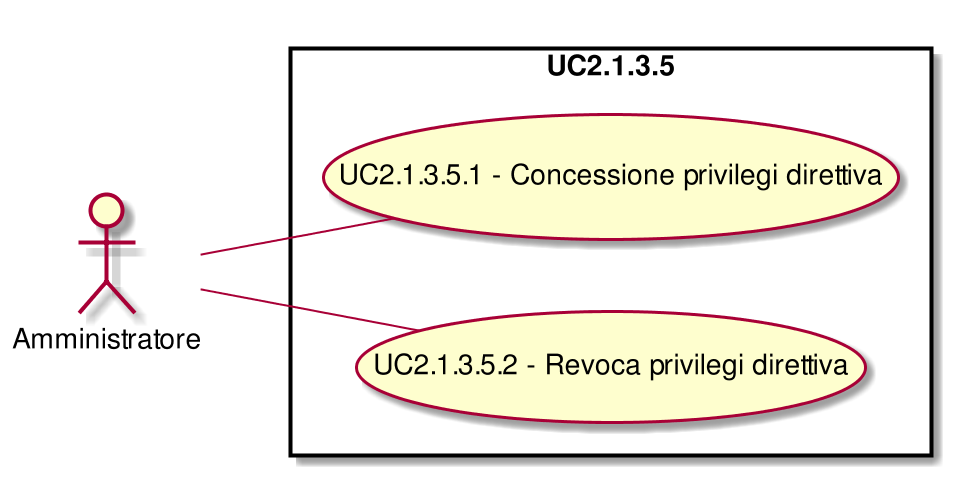
CoCodeSWE/Docs keeps this PlantUML diagram as RR/Esterni/AnalisiDeiRequisiti/images/UseCaseUC2135.png. Above is the earlier version.
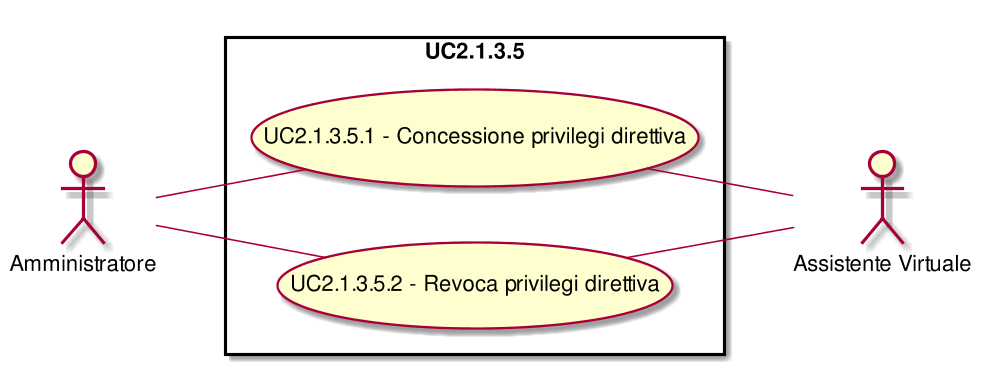
After the commit.

Change to the diagram source:
```diff
@@ -3,10 +3,15 @@
 left to right direction
 skinparam packageStyle rect
 :Amministratore:
+:Assistente Virtuale:
 rectangle UC2.1.3.5{
 ( UC2.1.3.5.1 - Concessione privilegi direttiva ) as (UC2.1.3.5.1)
 :Amministratore:--(UC2.1.3.5.1)
+( UC2.1.3.5.1 - Concessione privilegi direttiva ) as (UC2.1.3.5.1)
+(UC2.1.3.5.1)--:Assistente Virtuale:
 ( UC2.1.3.5.2 - Revoca privilegi direttiva ) as (UC2.1.3.5.2)
 :Amministratore:--(UC2.1.3.5.2)
+( UC2.1.3.5.2 - Revoca privilegi direttiva ) as (UC2.1.3.5.2)
+(UC2.1.3.5.2)--:Assistente Virtuale:
 }
 @enduml
```
